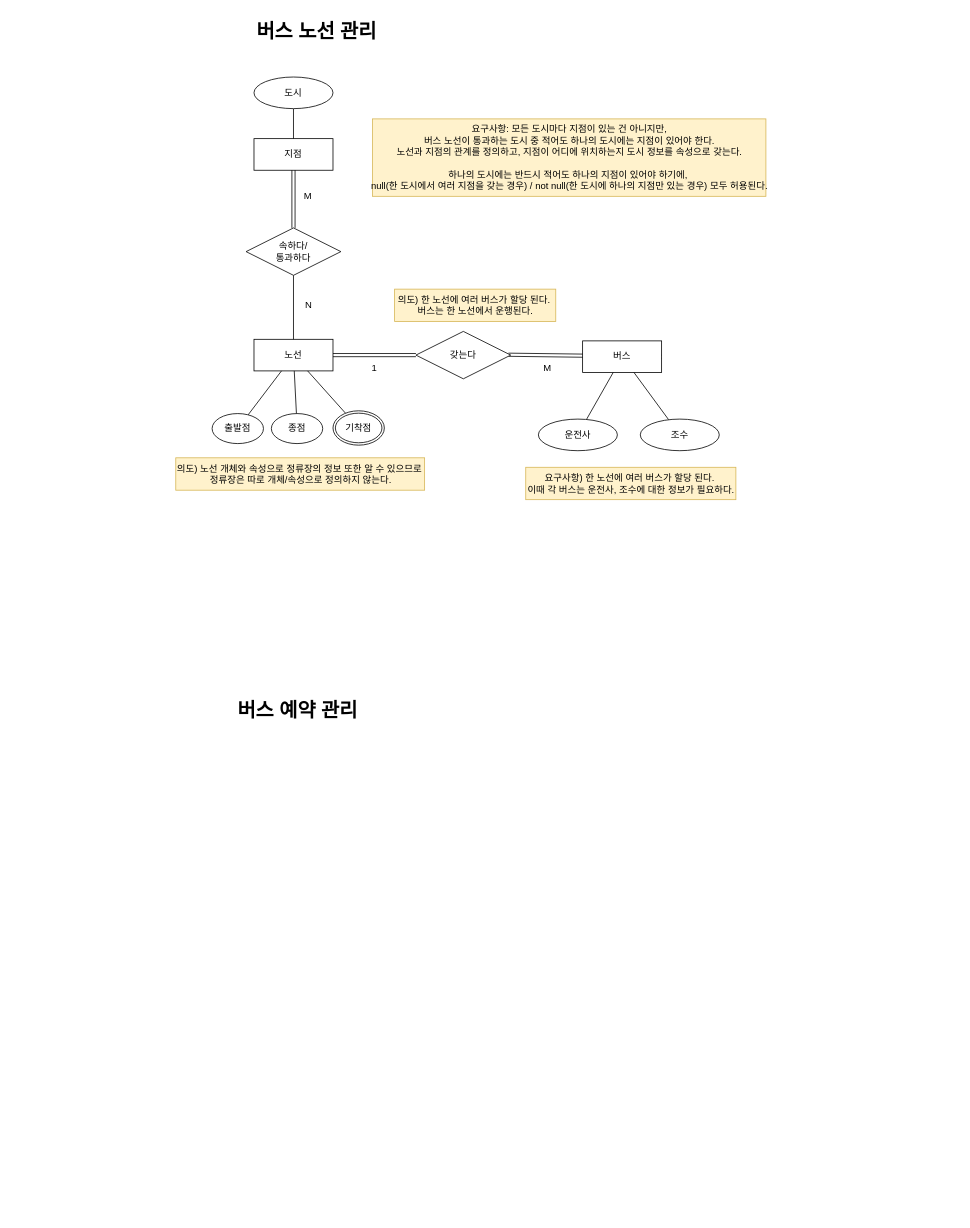
Before: DBStudio/DBStudio_Ass9_BusCompany.drawio in cobinding/draw.io_collection, a draw.io diagram. Source tidied: cells renumbered, new cells numbered last; positions are measured from the earlier drawing's top-left corner, leaving out a move shared by most shapes. Both pictures are drawn from the tidied source at 79%, with x=0, y=0 at pixel (175, 13).
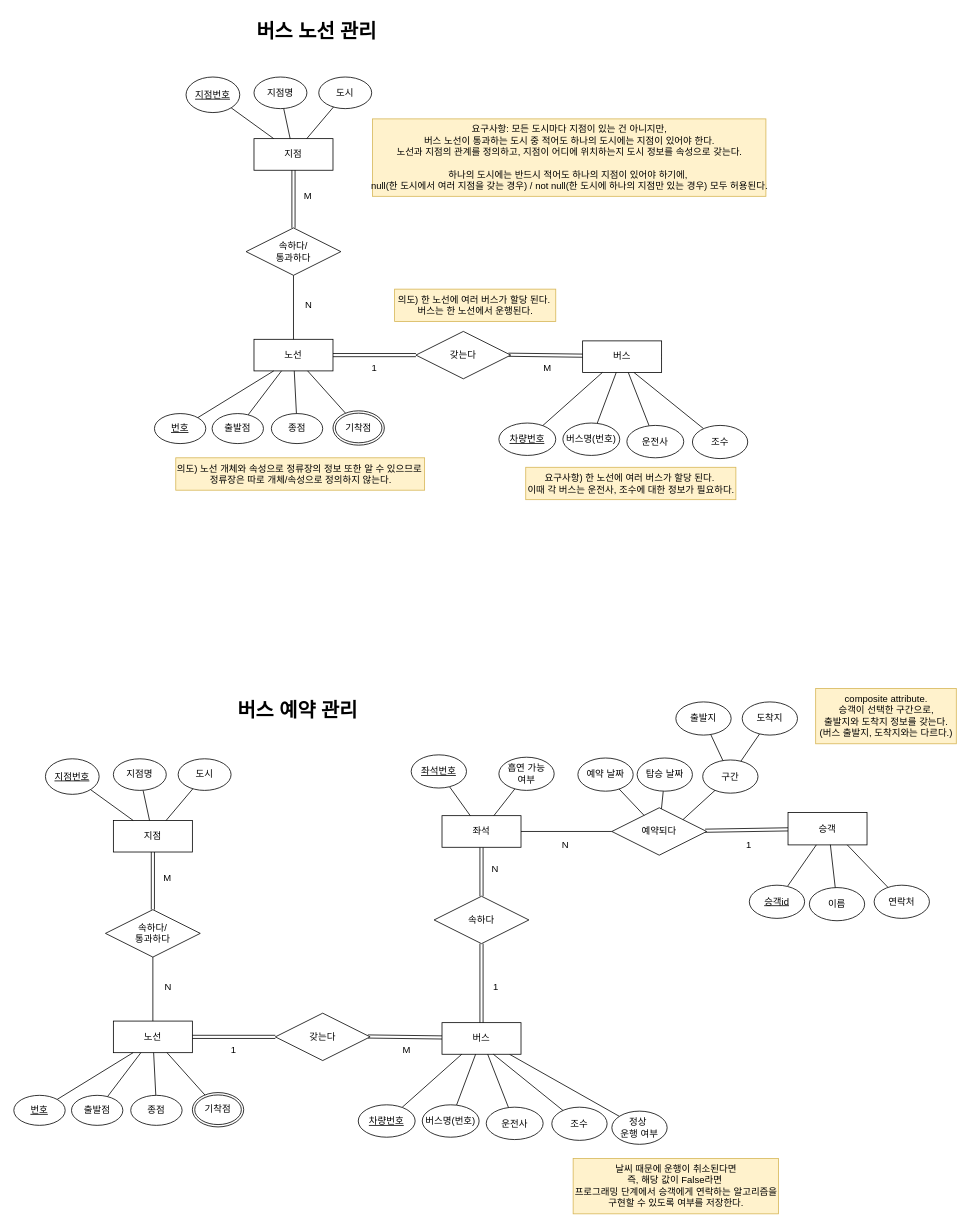
Above is the later version.

The change refers to these unchanged cells:
```xml
<mxCell id="2" value="지점" style="whiteSpace=wrap;html=1;align=center;" parent="1" vertex="1">
  <mxGeometry x="99" y="158" width="100" height="40" as="geometry" />
</mxCell>
<mxCell id="6" value="버스" style="whiteSpace=wrap;html=1;align=center;" parent="1" vertex="1">
  <mxGeometry x="515" y="414" width="100" height="40" as="geometry" />
</mxCell>
<mxCell id="7" value="노선" style="whiteSpace=wrap;html=1;align=center;" parent="1" vertex="1">
  <mxGeometry x="99" y="412" width="100" height="40" as="geometry" />
</mxCell>
```

What changed in the source:
```diff
@@
     <mxCell id="4" value="도시" style="ellipse;whiteSpace=wrap;html=1;align=center;" parent="1" vertex="1">
-      <mxGeometry x="99" y="80" width="100" height="40" as="geometry" />
+      <mxGeometry x="181" y="80" width="67" height="40" as="geometry" />
     </mxCell>
@@
     <mxCell id="14" value="운전사" style="ellipse;whiteSpace=wrap;html=1;align=center;" parent="1" vertex="1">
-      <mxGeometry x="459" y="513" width="100" height="40" as="geometry" />
+      <mxGeometry x="571" y="521" width="72" height="41" as="geometry" />
     </mxCell>
@@
     <mxCell id="16" value="조수" style="ellipse;whiteSpace=wrap;html=1;align=center;" parent="1" vertex="1">
-      <mxGeometry x="588" y="513" width="100" height="40" as="geometry" />
+      <mxGeometry x="654" y="521" width="70" height="42" as="geometry" />
     </mxCell>
@@
+    <mxCell id="33" style="rounded=0;jettySize=auto;html=1;entryX=0.25;entryY=1;entryDx=0;entryDy=0;endArrow=none;endFill=0;" parent="1" edge="1" source="34" target="7">
+      <mxGeometry relative="1" as="geometry" />
+    </mxCell>
+    <mxCell id="34" value="&lt;u&gt;번호&lt;/u&gt;" style="ellipse;whiteSpace=wrap;html=1;align=center;" parent="1" vertex="1">
+      <mxGeometry x="-27" y="506" width="65" height="38" as="geometry" />
+    </mxCell>
+    <mxCell id="35" style="rounded=0;jettySize=auto;html=1;entryX=0.25;entryY=0;entryDx=0;entryDy=0;endArrow=none;endFill=0;" parent="1" edge="1" source="36" target="2">
+      <mxGeometry relative="1" as="geometry" />
+    </mxCell>
+    <mxCell id="36" value="&lt;u&gt;지점번호&lt;/u&gt;" style="ellipse;whiteSpace=wrap;html=1;align=center;" parent="1" vertex="1">
+      <mxGeometry x="13" y="80" width="68" height="45" as="geometry" />
+    </mxCell>
+    <mxCell id="37" style="rounded=0;jettySize=auto;html=1;endArrow=none;endFill=0;" parent="1" edge="1" source="38" target="2">
+      <mxGeometry relative="1" as="geometry" />
+    </mxCell>
+    <mxCell id="38" value="지점명" style="ellipse;whiteSpace=wrap;html=1;align=center;" parent="1" vertex="1">
+      <mxGeometry x="99" y="80" width="67" height="40" as="geometry" />
+    </mxCell>
+    <mxCell id="39" style="rounded=0;jettySize=auto;html=1;entryX=0.25;entryY=1;entryDx=0;entryDy=0;endArrow=none;endFill=0;" parent="1" edge="1" source="40" target="6">
+      <mxGeometry relative="1" as="geometry" />
+    </mxCell>
+    <mxCell id="40" value="&lt;u&gt;차량번호&lt;/u&gt;" style="ellipse;whiteSpace=wrap;html=1;align=center;" parent="1" vertex="1">
+      <mxGeometry x="409" y="518" width="72" height="41" as="geometry" />
+    </mxCell>
+    <mxCell id="41" style="rounded=0;jettySize=auto;html=1;endArrow=none;endFill=0;" parent="1" edge="1" source="42" target="6">
+      <mxGeometry relative="1" as="geometry" />
+    </mxCell>
+    <mxCell id="42" value="버스명(번호)" style="ellipse;whiteSpace=wrap;html=1;align=center;" parent="1" vertex="1">
+      <mxGeometry x="490" y="518" width="72" height="41" as="geometry" />
+    </mxCell>
+    <mxCell id="43" value="지점" style="whiteSpace=wrap;html=1;align=center;" parent="1" vertex="1">
+      <mxGeometry x="-79" y="1021" width="100" height="40" as="geometry" />
+    </mxCell>
+    <mxCell id="44" style="rounded=0;jettySize=auto;html=1;endArrow=none;endFill=0;" parent="1" edge="1" source="45" target="43">
+      <mxGeometry relative="1" as="geometry" />
+    </mxCell>
+    <mxCell id="45" value="도시" style="ellipse;whiteSpace=wrap;html=1;align=center;" parent="1" vertex="1">
+      <mxGeometry x="3" y="943" width="67" height="40" as="geometry" />
+    </mxCell>
+    <mxCell id="46" style="rounded=0;jettySize=auto;html=1;entryX=0.976;entryY=0.492;entryDx=0;entryDy=0;endArrow=none;endFill=0;exitX=1;exitY=0.5;exitDx=0;exitDy=0;shape=link;entryPerimeter=0;" parent="1" edge="1" source="48" target="50">
+      <mxGeometry relative="1" as="geometry" />
+    </mxCell>
+    <mxCell id="47" style="rounded=0;jettySize=auto;html=1;endArrow=none;endFill=0;" parent="1" edge="1" source="48" target="83">
+      <mxGeometry relative="1" as="geometry" />
+    </mxCell>
+    <mxCell id="48" value="버스" style="whiteSpace=wrap;html=1;align=center;" parent="1" vertex="1">
+      <mxGeometry x="337" y="1277" width="100" height="40" as="geometry" />
+    </mxCell>
+    <mxCell id="49" value="노선" style="whiteSpace=wrap;html=1;align=center;" parent="1" vertex="1">
+      <mxGeometry x="-79" y="1275" width="100" height="40" as="geometry" />
+    </mxCell>
+    <mxCell id="50" value="갖는다" style="shape=rhombus;perimeter=rhombusPerimeter;whiteSpace=wrap;html=1;align=center;" parent="1" vertex="1">
+      <mxGeometry x="126" y="1265" width="120" height="60" as="geometry" />
+    </mxCell>
+    <mxCell id="51" style="rounded=0;jettySize=auto;html=1;entryX=1;entryY=0.5;entryDx=0;entryDy=0;endArrow=none;endFill=0;exitX=0;exitY=0.5;exitDx=0;exitDy=0;shape=link;" parent="1" edge="1" source="50" target="49">
+      <mxGeometry relative="1" as="geometry" />
+    </mxCell>
+    <mxCell id="52" style="rounded=0;jettySize=auto;html=1;endArrow=none;endFill=0;" parent="1" edge="1" source="53" target="49">
+      <mxGeometry relative="1" as="geometry" />
+    </mxCell>
+    <mxCell id="53" value="속하다/&lt;div&gt;통과하다&lt;/div&gt;" style="shape=rhombus;perimeter=rhombusPerimeter;whiteSpace=wrap;html=1;align=center;" parent="1" vertex="1">
+      <mxGeometry x="-89" y="1134" width="120" height="60" as="geometry" />
+    </mxCell>
+    <mxCell id="54" style="rounded=0;jettySize=auto;html=1;endArrow=none;endFill=0;entryX=0.5;entryY=0;entryDx=0;entryDy=0;shape=link;" parent="1" edge="1" source="43" target="53">
+      <mxGeometry relative="1" as="geometry" />
+    </mxCell>
+    <mxCell id="55" style="rounded=0;jettySize=auto;html=1;endArrow=none;endFill=0;" parent="1" edge="1" source="56" target="48">
+      <mxGeometry relative="1" as="geometry" />
+    </mxCell>
+    <mxCell id="56" value="운전사" style="ellipse;whiteSpace=wrap;html=1;align=center;" parent="1" vertex="1">
+      <mxGeometry x="393" y="1384" width="72" height="41" as="geometry" />
+    </mxCell>
+    <mxCell id="57" style="rounded=0;jettySize=auto;html=1;endArrow=none;endFill=0;" parent="1" edge="1" source="58">
+      <mxGeometry relative="1" as="geometry">
+        <mxPoint x="402" y="1317" as="targetPoint" />
+      </mxGeometry>
+    </mxCell>
+    <mxCell id="58" value="조수" style="ellipse;whiteSpace=wrap;html=1;align=center;" parent="1" vertex="1">
+      <mxGeometry x="476" y="1384" width="70" height="42" as="geometry" />
+    </mxCell>
+    <mxCell id="59" style="rounded=0;jettySize=auto;html=1;endArrow=none;endFill=0;" parent="1" edge="1" source="60" target="49">
+      <mxGeometry relative="1" as="geometry" />
+    </mxCell>
+    <mxCell id="60" value="출발점" style="ellipse;whiteSpace=wrap;html=1;align=center;" parent="1" vertex="1">
+      <mxGeometry x="-132" y="1369" width="65" height="38" as="geometry" />
+    </mxCell>
+    <mxCell id="61" style="rounded=0;jettySize=auto;html=1;endArrow=none;endFill=0;" parent="1" edge="1" source="62" target="49">
+      <mxGeometry relative="1" as="geometry" />
+    </mxCell>
+    <mxCell id="62" value="종점" style="ellipse;whiteSpace=wrap;html=1;align=center;" parent="1" vertex="1">
+      <mxGeometry x="-57" y="1369" width="65" height="38" as="geometry" />
+    </mxCell>
+    <mxCell id="63" style="rounded=0;jettySize=auto;html=1;endArrow=none;endFill=0;" parent="1" edge="1" source="64" target="49">
+      <mxGeometry relative="1" as="geometry" />
+    </mxCell>
+    <mxCell id="64" value="기착점" style="ellipse;shape=doubleEllipse;margin=3;whiteSpace=wrap;html=1;align=center;" parent="1" vertex="1">
+      <mxGeometry x="21" y="1365.5" width="65" height="43.5" as="geometry" />
+    </mxCell>
+    <mxCell id="65" value="M" style="text;html=1;align=center;verticalAlign=middle;strokeColor=none;fillColor=none;" parent="1" vertex="1">
+      <mxGeometry x="278" y="1299" width="28" height="26" as="geometry" />
+    </mxCell>
+    <mxCell id="66" value="1" style="text;html=1;align=center;verticalAlign=middle;strokeColor=none;fillColor=none;" parent="1" vertex="1">
+      <mxGeometry x="60" y="1299" width="25" height="26" as="geometry" />
+    </mxCell>
+    <mxCell id="67" value="N" style="text;html=1;align=center;verticalAlign=middle;strokeColor=none;fillColor=none;" parent="1" vertex="1">
+      <mxGeometry x="-24" y="1219" width="27" height="26" as="geometry" />
+    </mxCell>
+    <mxCell id="68" value="M" style="text;html=1;align=center;verticalAlign=middle;strokeColor=none;fillColor=none;" parent="1" vertex="1">
+      <mxGeometry x="-25" y="1081" width="28" height="26" as="geometry" />
+    </mxCell>
+    <mxCell id="69" style="rounded=0;jettySize=auto;html=1;entryX=0.25;entryY=1;entryDx=0;entryDy=0;endArrow=none;endFill=0;" parent="1" edge="1" source="70" target="49">
+      <mxGeometry relative="1" as="geometry" />
+    </mxCell>
+    <mxCell id="70" value="&lt;u&gt;번호&lt;/u&gt;" style="ellipse;whiteSpace=wrap;html=1;align=center;" parent="1" vertex="1">
+      <mxGeometry x="-205" y="1369" width="65" height="38" as="geometry" />
+    </mxCell>
+    <mxCell id="71" style="rounded=0;jettySize=auto;html=1;entryX=0.25;entryY=0;entryDx=0;entryDy=0;endArrow=none;endFill=0;" parent="1" edge="1" source="72" target="43">
+      <mxGeometry relative="1" as="geometry" />
+    </mxCell>
+    <mxCell id="72" value="&lt;u&gt;지점번호&lt;/u&gt;" style="ellipse;whiteSpace=wrap;html=1;align=center;" parent="1" vertex="1">
+      <mxGeometry x="-165" y="943" width="68" height="45" as="geometry" />
+    </mxCell>
+    <mxCell id="73" style="rounded=0;jettySize=auto;html=1;endArrow=none;endFill=0;" parent="1" edge="1" source="74" target="43">
+      <mxGeometry relative="1" as="geometry" />
+    </mxCell>
+    <mxCell id="74" value="지점명" style="ellipse;whiteSpace=wrap;html=1;align=center;" parent="1" vertex="1">
+      <mxGeometry x="-79" y="943" width="67" height="40" as="geometry" />
+    </mxCell>
+    <mxCell id="75" style="rounded=0;jettySize=auto;html=1;entryX=0.25;entryY=1;entryDx=0;entryDy=0;endArrow=none;endFill=0;" parent="1" edge="1" source="76" target="48">
+      <mxGeometry relative="1" as="geometry" />
+    </mxCell>
+    <mxCell id="76" value="&lt;u&gt;차량번호&lt;/u&gt;" style="ellipse;whiteSpace=wrap;html=1;align=center;" parent="1" vertex="1">
+      <mxGeometry x="231" y="1381" width="72" height="41" as="geometry" />
+    </mxCell>
+    <mxCell id="77" style="rounded=0;jettySize=auto;html=1;endArrow=none;endFill=0;" parent="1" edge="1" source="78" target="48">
+      <mxGeometry relative="1" as="geometry" />
+    </mxCell>
+    <mxCell id="78" value="버스명(번호)" style="ellipse;whiteSpace=wrap;html=1;align=center;" parent="1" vertex="1">
+      <mxGeometry x="312" y="1381" width="72" height="41" as="geometry" />
+    </mxCell>
+    <mxCell id="79" style="rounded=0;jettySize=auto;html=1;endArrow=none;endFill=0;shape=link;" parent="1" edge="1" source="81" target="82">
+      <mxGeometry relative="1" as="geometry" />
+    </mxCell>
+    <mxCell id="80" style="edgeStyle=orthogonalEdgeStyle;rounded=0;jettySize=auto;html=1;endArrow=none;endFill=0;exitX=1;exitY=0.5;exitDx=0;exitDy=0;" parent="1" edge="1" source="81" target="92">
+      <mxGeometry relative="1" as="geometry" />
+    </mxCell>
+    <mxCell id="81" value="좌석" style="whiteSpace=wrap;html=1;align=center;" parent="1" vertex="1">
+      <mxGeometry x="337" y="1015" width="100" height="40" as="geometry" />
+    </mxCell>
+    <mxCell id="82" value="속하다" style="shape=rhombus;perimeter=rhombusPerimeter;whiteSpace=wrap;html=1;align=center;" parent="1" vertex="1">
+      <mxGeometry x="327" y="1117" width="120" height="60" as="geometry" />
+    </mxCell>
+    <mxCell id="83" value="정상&amp;nbsp;&lt;div&gt;운행 여부&lt;/div&gt;" style="ellipse;whiteSpace=wrap;html=1;align=center;" parent="1" vertex="1">
+      <mxGeometry x="552" y="1389" width="70" height="42" as="geometry" />
+    </mxCell>
+    <mxCell id="84" style="rounded=0;jettySize=auto;html=1;endArrow=none;endFill=0;exitX=0.5;exitY=1;exitDx=0;exitDy=0;entryX=0.5;entryY=0;entryDx=0;entryDy=0;shape=link;" parent="1" edge="1" source="82" target="48">
+      <mxGeometry relative="1" as="geometry" />
+    </mxCell>
+    <mxCell id="85" value="N" style="text;html=1;align=center;verticalAlign=middle;strokeColor=none;fillColor=none;" parent="1" vertex="1">
+      <mxGeometry x="390" y="1070" width="27" height="26" as="geometry" />
+    </mxCell>
+    <mxCell id="86" value="1" style="text;html=1;align=center;verticalAlign=middle;strokeColor=none;fillColor=none;" parent="1" vertex="1">
+      <mxGeometry x="392" y="1219" width="25" height="26" as="geometry" />
+    </mxCell>
+    <mxCell id="87" style="rounded=0;jettySize=auto;html=1;endArrow=none;endFill=0;" parent="1" edge="1" source="88" target="81">
+      <mxGeometry relative="1" as="geometry" />
+    </mxCell>
+    <mxCell id="88" value="흡연 가능&lt;div&gt;여부&lt;/div&gt;" style="ellipse;whiteSpace=wrap;html=1;align=center;" parent="1" vertex="1">
+      <mxGeometry x="409" y="941" width="70" height="42" as="geometry" />
+    </mxCell>
+    <mxCell id="89" style="rounded=0;jettySize=auto;html=1;endArrow=none;endFill=0;" parent="1" edge="1" source="90" target="81">
+      <mxGeometry relative="1" as="geometry" />
+    </mxCell>
+    <mxCell id="90" value="&lt;u&gt;좌석번호&lt;/u&gt;" style="ellipse;whiteSpace=wrap;html=1;align=center;" parent="1" vertex="1">
+      <mxGeometry x="298" y="938" width="70" height="42" as="geometry" />
+    </mxCell>
+    <mxCell id="91" value="날씨 때문에 운행이 취소된다면&lt;div&gt;즉, 해당 값이 False라면&amp;nbsp;&lt;/div&gt;&lt;div&gt;프로그래밍 단계에서 승객에게 연락하는 알고리즘을&lt;/div&gt;&lt;div&gt;구현할 수 있도록 여부를 저장한다.&lt;/div&gt;" style="text;html=1;align=center;verticalAlign=middle;strokeColor=#d6b656;fillColor=#fff2cc;" parent="1" vertex="1">
+      <mxGeometry x="503" y="1449" width="260" height="70" as="geometry" />
+    </mxCell>
+    <mxCell id="92" value="예약되다" style="shape=rhombus;perimeter=rhombusPerimeter;whiteSpace=wrap;html=1;align=center;" parent="1" vertex="1">
+      <mxGeometry x="552" y="1005" width="120" height="60" as="geometry" />
+    </mxCell>
+    <mxCell id="93" style="rounded=0;jettySize=auto;html=1;shape=link;" parent="1" edge="1" source="94" target="92">
+      <mxGeometry relative="1" as="geometry" />
+    </mxCell>
+    <mxCell id="94" value="승객" style="whiteSpace=wrap;html=1;align=center;" parent="1" vertex="1">
+      <mxGeometry x="775" y="1011" width="100" height="41" as="geometry" />
+    </mxCell>
+    <mxCell id="95" value="1" style="text;html=1;align=center;verticalAlign=middle;strokeColor=none;fillColor=none;" parent="1" vertex="1">
+      <mxGeometry x="712" y="1040" width="25" height="26" as="geometry" />
+    </mxCell>
+    <mxCell id="96" value="N" style="text;html=1;align=center;verticalAlign=middle;strokeColor=none;fillColor=none;" parent="1" vertex="1">
+      <mxGeometry x="479" y="1040" width="27" height="26" as="geometry" />
+    </mxCell>
+    <mxCell id="97" style="rounded=0;jettySize=auto;html=1;endArrow=none;endFill=0;" parent="1" edge="1" source="98" target="94">
+      <mxGeometry relative="1" as="geometry" />
+    </mxCell>
+    <mxCell id="98" value="&lt;u&gt;승객id&lt;/u&gt;" style="ellipse;whiteSpace=wrap;html=1;align=center;" parent="1" vertex="1">
+      <mxGeometry x="726" y="1103" width="70" height="42" as="geometry" />
+    </mxCell>
+    <mxCell id="99" value="이름" style="ellipse;whiteSpace=wrap;html=1;align=center;" parent="1" vertex="1">
+      <mxGeometry x="802" y="1106" width="70" height="42" as="geometry" />
+    </mxCell>
+    <mxCell id="100" style="rounded=0;jettySize=auto;html=1;entryX=0.75;entryY=1;entryDx=0;entryDy=0;endArrow=none;endFill=0;" parent="1" edge="1" source="101" target="94">
+      <mxGeometry relative="1" as="geometry" />
+    </mxCell>
+    <mxCell id="101" value="연락처" style="ellipse;whiteSpace=wrap;html=1;align=center;" parent="1" vertex="1">
+      <mxGeometry x="884" y="1103" width="70" height="42" as="geometry" />
+    </mxCell>
+    <mxCell id="102" style="rounded=0;jettySize=auto;html=1;endArrow=none;endFill=0;" parent="1" edge="1" source="103" target="92">
+      <mxGeometry relative="1" as="geometry" />
+    </mxCell>
+    <mxCell id="103" value="예약 날짜" style="ellipse;whiteSpace=wrap;html=1;align=center;" parent="1" vertex="1">
+      <mxGeometry x="509" y="942" width="70" height="42" as="geometry" />
+    </mxCell>
+    <mxCell id="104" style="rounded=0;jettySize=auto;html=1;endArrow=none;endFill=0;entryX=0.536;entryY=0.994;entryDx=0;entryDy=0;entryPerimeter=0;" parent="1" edge="1" source="99" target="94">
+      <mxGeometry relative="1" as="geometry" />
+    </mxCell>
+    <mxCell id="105" style="rounded=0;jettySize=auto;html=1;endArrow=none;endFill=0;" parent="1" edge="1" source="106" target="92">
+      <mxGeometry relative="1" as="geometry" />
+    </mxCell>
+    <mxCell id="106" value="탑승 날짜" style="ellipse;whiteSpace=wrap;html=1;align=center;" parent="1" vertex="1">
+      <mxGeometry x="584" y="942" width="70" height="42" as="geometry" />
+    </mxCell>
+    <mxCell id="107" style="rounded=0;jettySize=auto;html=1;entryX=1;entryY=0;entryDx=0;entryDy=0;endArrow=none;endFill=0;" parent="1" edge="1" source="108" target="92">
+      <mxGeometry relative="1" as="geometry" />
+    </mxCell>
+    <mxCell id="108" value="구간" style="ellipse;whiteSpace=wrap;html=1;align=center;" parent="1" vertex="1">
+      <mxGeometry x="667" y="944.5" width="70" height="42" as="geometry" />
+    </mxCell>
+    <mxCell id="109" style="rounded=0;jettySize=auto;html=1;endArrow=none;endFill=0;" parent="1" edge="1" source="110" target="108">
+      <mxGeometry relative="1" as="geometry" />
+    </mxCell>
+    <mxCell id="110" value="출발지" style="ellipse;whiteSpace=wrap;html=1;align=center;" parent="1" vertex="1">
+      <mxGeometry x="633" y="871" width="70" height="42" as="geometry" />
+    </mxCell>
+    <mxCell id="111" style="rounded=0;jettySize=auto;html=1;endArrow=none;endFill=0;" parent="1" edge="1" source="112" target="108">
+      <mxGeometry relative="1" as="geometry" />
+    </mxCell>
+    <mxCell id="112" value="도착지" style="ellipse;whiteSpace=wrap;html=1;align=center;" parent="1" vertex="1">
+      <mxGeometry x="717" y="871" width="70" height="42" as="geometry" />
+    </mxCell>
+    <mxCell id="113" value="composite attribute.&lt;div&gt;승객이 선택한 구간으로,&lt;/div&gt;&lt;div&gt;출발지와 도착지 정보를 갖는다.&lt;/div&gt;&lt;div&gt;(버스 출발지, 도착지와는 다르다.)&lt;/div&gt;" style="text;html=1;align=center;verticalAlign=middle;strokeColor=#d6b656;fillColor=#fff2cc;" parent="1" vertex="1">
+      <mxGeometry x="810" y="854" width="178" height="70" as="geometry" />
+    </mxCell>
```
